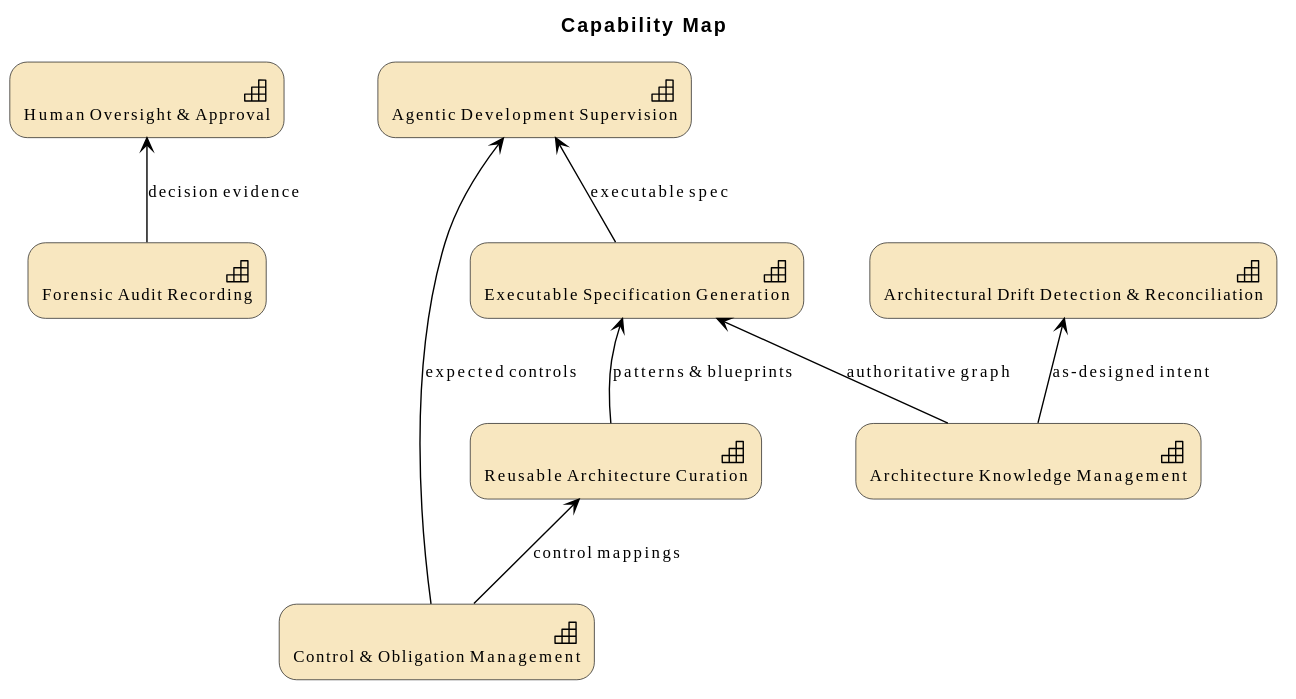
This is architecture/model/diagrams/vision/5-capability-map.svg from wolffy-au/frictionless-architect, a PlantUML export, as it was before one commit.
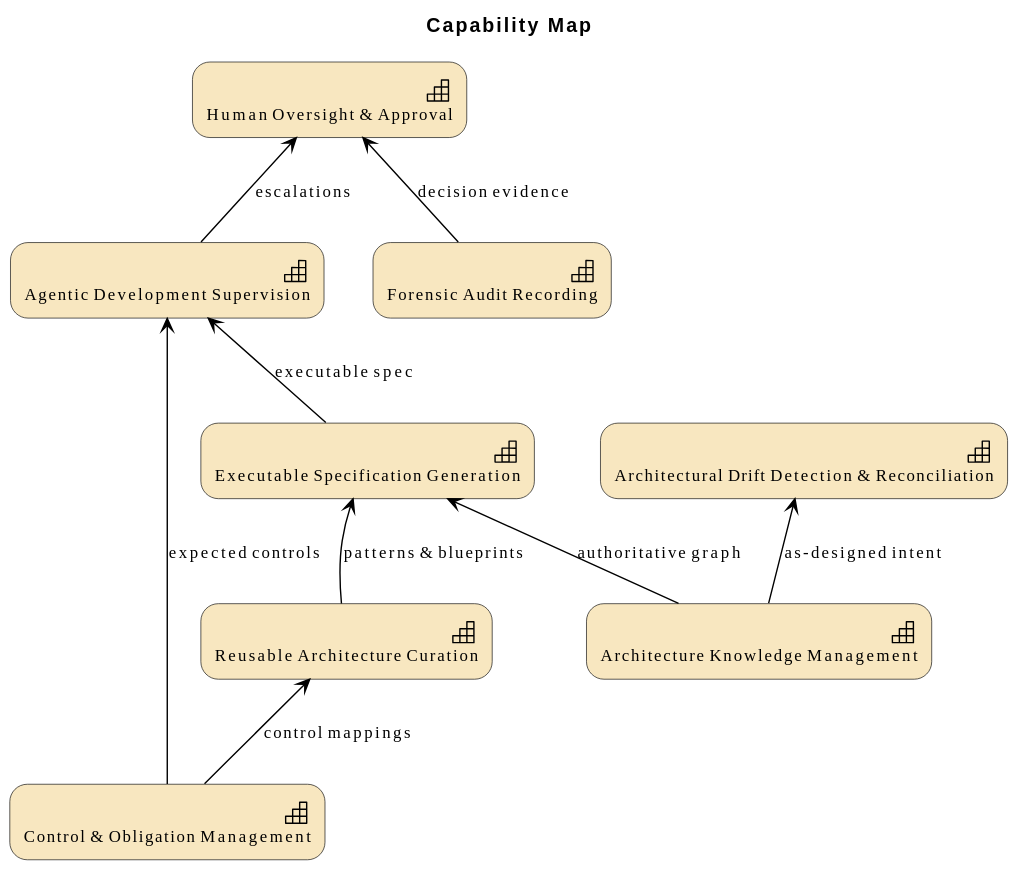
Above is the later version.

What changed in the source:
```diff
@@ -19,4 +19,5 @@
 Rel_Serving_Up(e_id72468b5b403450, e_id4a1c34ab69d151, "expected controls")
 Rel_Serving_Up(e_idafba1b4ab1e756, e_id4a1c34ab69d151, "executable spec")
 Rel_Serving_Up(e_idc29413a2099958, e_id08f340a094e552, "decision evidence")
+Rel_Serving_Up(e_id4a1c34ab69d151, e_id08f340a094e552, "escalations")
 @enduml
```
